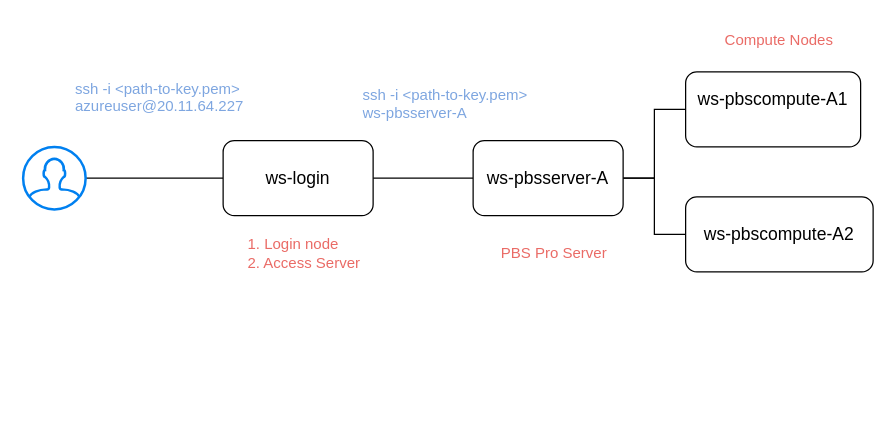
Earlier version of the draw.io diagram workshop_austalia_setup.drawio (doddam-manjunath/diagram_io). Source tidied: cells renumbered, new cells numbered last; positions are measured from the earlier drawing's top-left corner, leaving out a move shared by most shapes. Both pictures are drawn from the tidied source at 125%, with x=0, y=0 at pixel (22, 21).
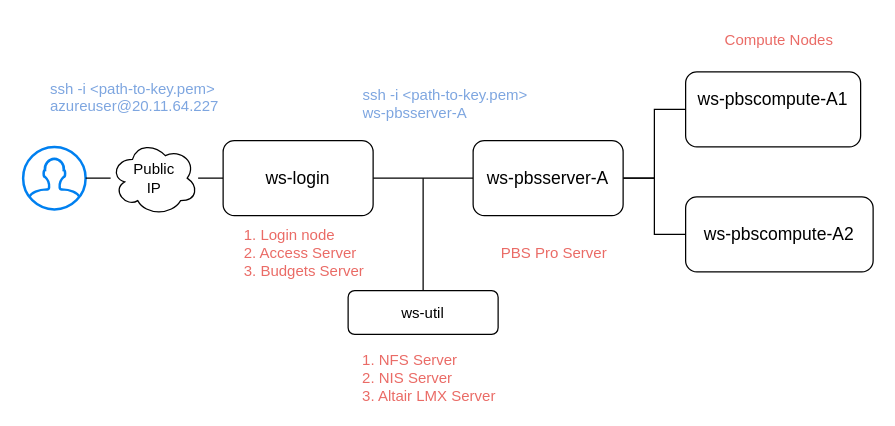
After the change.

Unchanged cells that the change refers to:
```xml
<mxCell id="3" style="html=1;verticalLabelPosition=bottom;align=center;labelBackgroundColor=#ffffff;verticalAlign=top;strokeWidth=2;strokeColor=#0080F0;shadow=0;dashed=0;shape=mxgraph.ios7.icons.user;" parent="1" vertex="1">
  <mxGeometry y="100" width="50" height="50" as="geometry" />
</mxCell>
<mxCell id="5" value="ws-login" style="rounded=1;whiteSpace=wrap;html=1;fontSize=14;" parent="1" vertex="1">
  <mxGeometry x="160" y="95" width="120" height="60" as="geometry" />
</mxCell>
```

What changed in the source:
```diff
@@
-    <mxCell id="2" style="edgeStyle=orthogonalEdgeStyle;rounded=0;jettySize=auto;html=1;entryX=0;entryY=0.5;entryDx=0;entryDy=0;endArrow=none;startFill=0;" parent="1" edge="1" source="3" target="5">
+    <mxCell id="2" style="edgeStyle=orthogonalEdgeStyle;rounded=0;jettySize=auto;html=1;entryX=0;entryY=0.5;entryDx=0;entryDy=0;endArrow=none;startFill=0;" parent="1" edge="1" source="19" target="5">
       <mxGeometry relative="1" as="geometry" />
     </mxCell>
@@
     <mxCell id="6" value="ssh -i &amp;lt;path-to-key.pem&amp;gt; azureuser@20.11.64.227" style="text;html=1;whiteSpace=wrap;overflow=hidden;rounded=0;fontColor=#7EA6E0;" parent="1" vertex="1">
-      <mxGeometry x="40" y="40" width="150" height="50" as="geometry" />
+      <mxGeometry x="20" y="40" width="150" height="50" as="geometry" />
     </mxCell>
@@
-    <mxCell id="13" value="&lt;div align=&quot;left&quot;&gt;1. Login node&lt;br&gt;&lt;/div&gt;&lt;div align=&quot;left&quot;&gt;2. Access Server&lt;/div&gt;" style="text;html=1;align=center;verticalAlign=middle;whiteSpace=wrap;rounded=0;fontColor=#EA6B66;" parent="1" vertex="1">
+    <mxCell id="13" value="&lt;div align=&quot;left&quot;&gt;1. Login node&lt;br&gt;&lt;/div&gt;&lt;div align=&quot;left&quot;&gt;2. Access Server&lt;/div&gt;&lt;div align=&quot;left&quot;&gt;3. Budgets Server&lt;/div&gt;" style="text;html=1;align=center;verticalAlign=middle;whiteSpace=wrap;rounded=0;fontColor=#EA6B66;" parent="1" vertex="1">
       <mxGeometry x="170" y="170" width="110" height="30" as="geometry" />
     </mxCell>
@@
+    <mxCell id="16" style="edgeStyle=orthogonalEdgeStyle;rounded=0;jettySize=auto;html=1;endArrow=none;startFill=0;" parent="1" edge="1" source="17">
+      <mxGeometry relative="1" as="geometry">
+        <mxPoint x="320" y="125" as="targetPoint" />
+      </mxGeometry>
+    </mxCell>
+    <mxCell id="17" value="ws-util" style="rounded=1;whiteSpace=wrap;html=1;" parent="1" vertex="1">
+      <mxGeometry x="260" y="215" width="120" height="35" as="geometry" />
+    </mxCell>
+    <mxCell id="18" style="edgeStyle=orthogonalEdgeStyle;rounded=0;jettySize=auto;html=1;entryX=0;entryY=0.5;entryDx=0;entryDy=0;endArrow=none;startFill=0;" parent="1" edge="1" source="3" target="19">
+      <mxGeometry relative="1" as="geometry" />
+    </mxCell>
+    <mxCell id="19" value="Public&lt;br&gt;IP" style="ellipse;shape=cloud;whiteSpace=wrap;html=1;" parent="1" vertex="1">
+      <mxGeometry x="70" y="95" width="70" height="60" as="geometry" />
+    </mxCell>
+    <mxCell id="20" value="&lt;div align=&quot;left&quot;&gt;1. NFS Server&lt;/div&gt;&lt;div align=&quot;left&quot;&gt;2. NIS Server&lt;br&gt;3. Altair LMX Server&lt;/div&gt;" style="text;html=1;align=center;verticalAlign=middle;whiteSpace=wrap;rounded=0;fontColor=#EA6B66;" parent="1" vertex="1">
+      <mxGeometry x="270" y="270" width="110" height="30" as="geometry" />
+    </mxCell>
```
